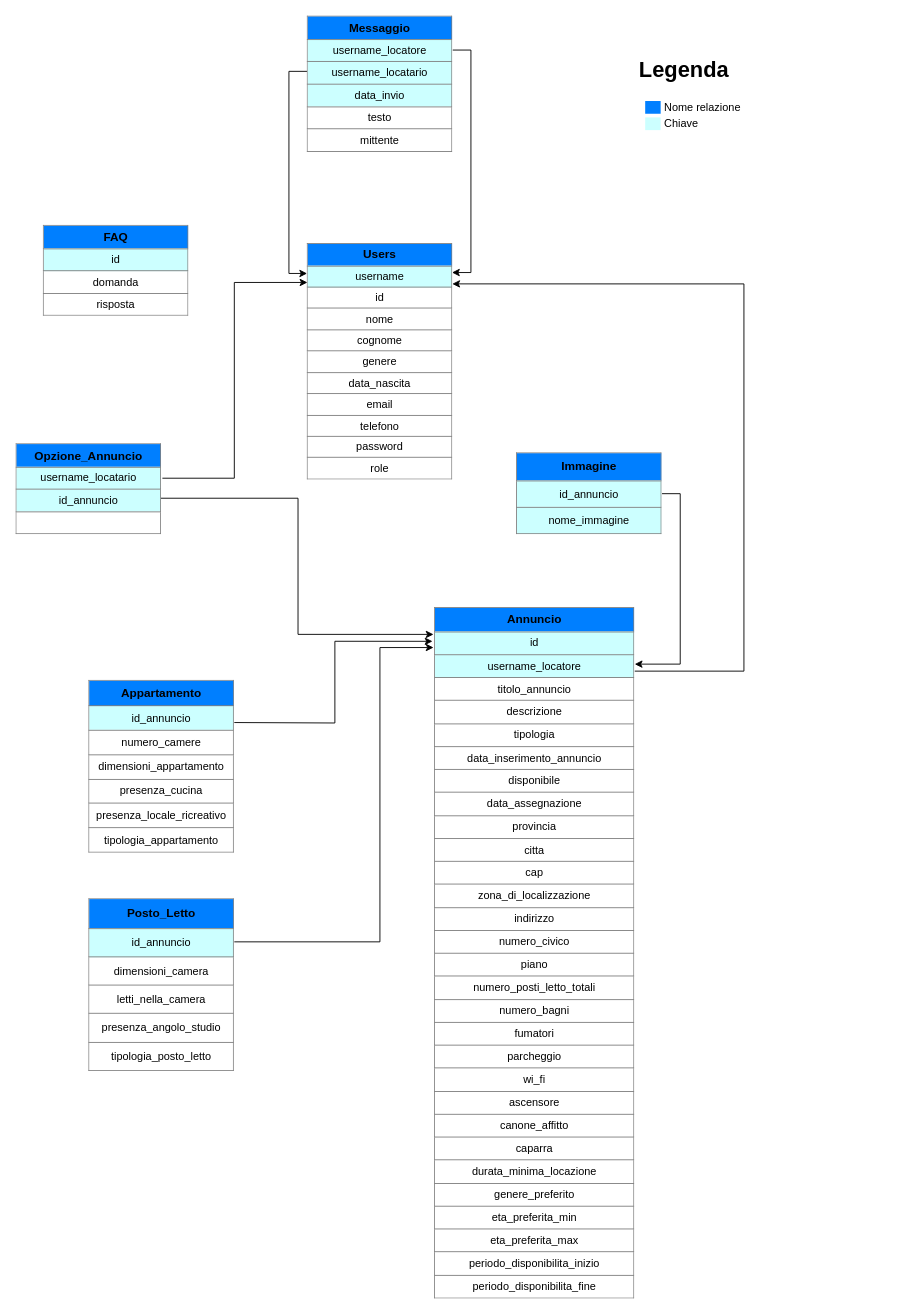
Before: Database/Schema_logico_DB.drawio in fd-col/RentAdvisor, a draw.io diagram. Source tidied: cells renumbered, new cells numbered last; positions are measured from the earlier drawing's top-left corner, leaving out a move shared by most shapes. Both pictures are drawn from the tidied source at 91%, with x=0, y=0 at pixel (15, 15).
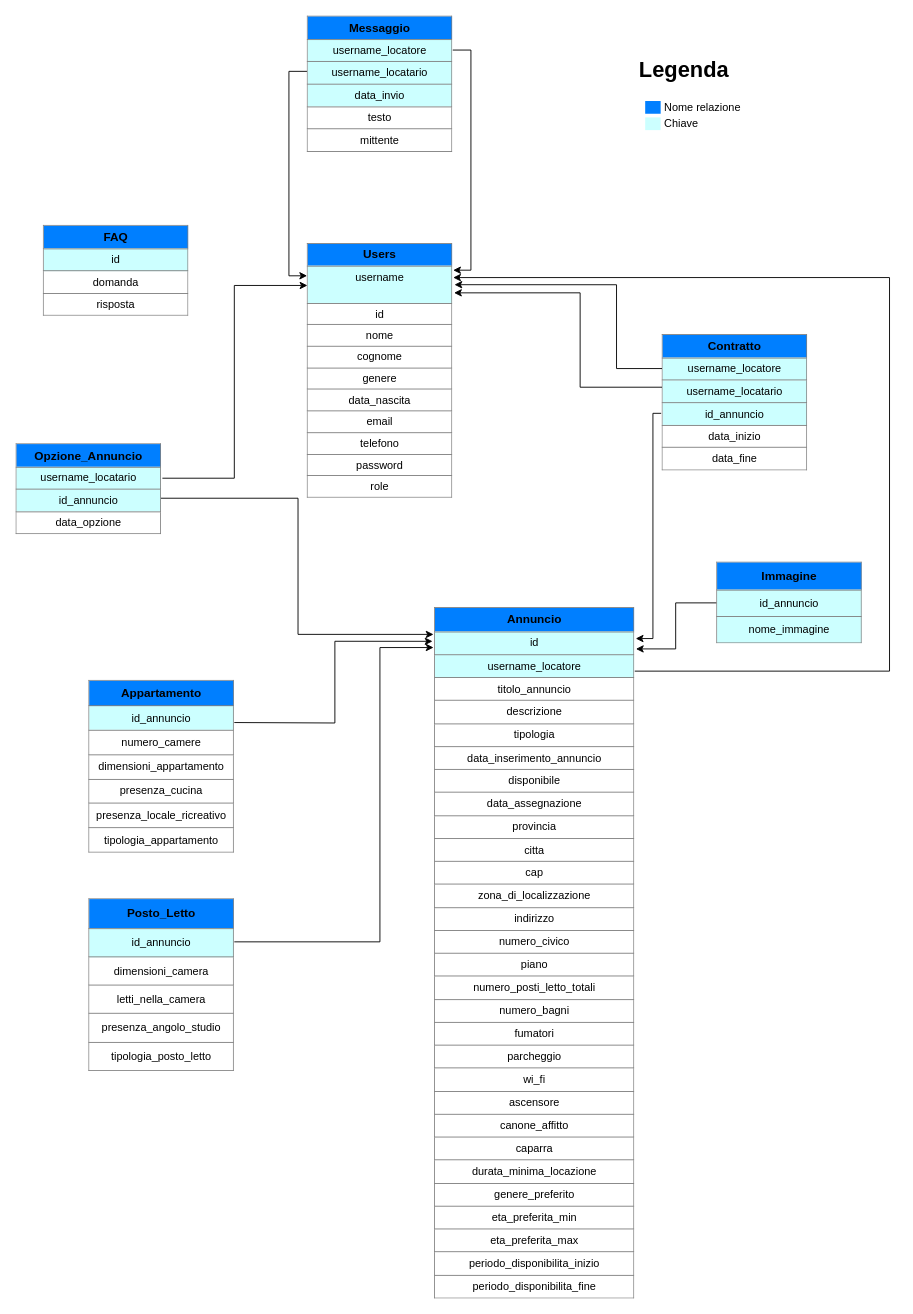
The same page after the edit.

Commit message (it also covers changes not shown here):
Creazione e collegamento tabella contratto

Unchanged cells that the change refers to:
```xml
<mxCell id="5" value="&lt;table border=&quot;1&quot; width=&quot;100%&quot; cellpadding=&quot;4&quot; style=&quot;width: 100% ; height: 100% ; border-collapse: collapse&quot;&gt;&lt;tbody&gt;&lt;tr&gt;&lt;th style=&quot;background-color: rgb(0 , 127 , 255)&quot;&gt;&lt;span style=&quot;font-size: 13px&quot;&gt;Messaggio&lt;/span&gt;&lt;/th&gt;&lt;/tr&gt;&lt;tr style=&quot;font-size: 13px&quot;&gt;&lt;td style=&quot;font-size: 12px ; background-color: rgb(204 , 255 , 255)&quot;&gt;username_locatore&lt;/td&gt;&lt;/tr&gt;&lt;tr&gt;&lt;td style=&quot;background-color: rgb(204 , 255 , 255)&quot;&gt;username_locatario&lt;/td&gt;&lt;/tr&gt;&lt;tr&gt;&lt;td style=&quot;background-color: rgb(204 , 255 , 255)&quot;&gt;data_invio&lt;/td&gt;&lt;/tr&gt;&lt;tr&gt;&lt;td&gt;testo&lt;/td&gt;&lt;/tr&gt;&lt;tr&gt;&lt;td&gt;mittente&lt;/td&gt;&lt;/tr&gt;&lt;/tbody&gt;&lt;/table&gt;" style="text;html=1;overflow=fill;align=center;" parent="1" vertex="1">
  <mxGeometry x="320" width="160" height="150" as="geometry" />
</mxCell>
<mxCell id="7" value="&lt;table border=&quot;1&quot; width=&quot;100%&quot; cellpadding=&quot;4&quot; style=&quot;width: 100% ; height: 100% ; border-collapse: collapse&quot;&gt;&lt;tbody&gt;&lt;tr&gt;&lt;th style=&quot;background-color: rgb(0 , 127 , 255)&quot;&gt;&lt;font style=&quot;font-size: 13px&quot;&gt;Annuncio&lt;/font&gt;&lt;/th&gt;&lt;/tr&gt;&lt;tr style=&quot;font-size: 13px&quot;&gt;&lt;td style=&quot;font-size: 12px ; background-color: rgb(204 , 255 , 255)&quot;&gt;id&lt;/td&gt;&lt;/tr&gt;&lt;tr&gt;&lt;td style=&quot;background-color: rgb(204 , 255 , 255)&quot;&gt;username_locatore&lt;/td&gt;&lt;/tr&gt;&lt;tr&gt;&lt;td&gt;titolo_annuncio&lt;/td&gt;&lt;/tr&gt;&lt;tr&gt;&lt;td&gt;descrizione&lt;br&gt;&lt;/td&gt;&lt;/tr&gt;&lt;tr&gt;&lt;td&gt;tipologia&lt;/td&gt;&lt;/tr&gt;&lt;tr&gt;&lt;td&gt;data_inserimento_annuncio&lt;/td&gt;&lt;/tr&gt;&lt;tr&gt;&lt;td&gt;disponibile&lt;/td&gt;&lt;/tr&gt;&lt;tr&gt;&lt;td&gt;data_assegnazione&lt;/td&gt;&lt;/tr&gt;&lt;tr&gt;&lt;td&gt;provincia&lt;/td&gt;&lt;/tr&gt;&lt;tr&gt;&lt;td&gt;citta&lt;/td&gt;&lt;/tr&gt;&lt;tr&gt;&lt;td&gt;cap&lt;/td&gt;&lt;/tr&gt;&lt;tr&gt;&lt;td&gt;zona_di_localizzazione&lt;br&gt;&lt;/td&gt;&lt;/tr&gt;&lt;tr&gt;&lt;td&gt;indirizzo&lt;/td&gt;&lt;/tr&gt;&lt;tr&gt;&lt;td&gt;numero_civico&lt;/td&gt;&lt;/tr&gt;&lt;tr&gt;&lt;td&gt;piano&lt;/td&gt;&lt;/tr&gt;&lt;tr&gt;&lt;td&gt;numero_posti_letto_totali&lt;/td&gt;&lt;/tr&gt;&lt;tr&gt;&lt;td&gt;numero_bagni&lt;/td&gt;&lt;/tr&gt;&lt;tr&gt;&lt;td&gt;fumatori&lt;/td&gt;&lt;/tr&gt;&lt;tr&gt;&lt;td&gt;parcheggio&lt;/td&gt;&lt;/tr&gt;&lt;tr&gt;&lt;td&gt;wi_fi&lt;/td&gt;&lt;/tr&gt;&lt;tr&gt;&lt;td&gt;ascensore&lt;/td&gt;&lt;/tr&gt;&lt;tr&gt;&lt;td&gt;canone_affitto&lt;/td&gt;&lt;/tr&gt;&lt;tr&gt;&lt;td&gt;caparra&lt;/td&gt;&lt;/tr&gt;&lt;tr&gt;&lt;td&gt;durata_minima_locazione&lt;/td&gt;&lt;/tr&gt;&lt;tr&gt;&lt;td&gt;genere_preferito&lt;/td&gt;&lt;/tr&gt;&lt;tr&gt;&lt;td&gt;eta_preferita_min&lt;/td&gt;&lt;/tr&gt;&lt;tr&gt;&lt;td&gt;eta_preferita_max&lt;/td&gt;&lt;/tr&gt;&lt;tr&gt;&lt;td&gt;periodo_disponibilita_inizio&lt;/td&gt;&lt;/tr&gt;&lt;tr&gt;&lt;td&gt;periodo_disponibilita_fine&lt;/td&gt;&lt;/tr&gt;&lt;/tbody&gt;&lt;/table&gt;" style="text;html=1;overflow=fill;align=center;" parent="1" vertex="1">
  <mxGeometry x="460" y="650" width="220" height="760" as="geometry" />
</mxCell>
```

Change to the diagram source:
```diff
@@
-    <mxCell id="2" value="&lt;table border=&quot;1&quot; width=&quot;100%&quot; cellpadding=&quot;4&quot; style=&quot;width: 100% ; height: 100% ; border-collapse: collapse&quot;&gt;&lt;tbody&gt;&lt;tr&gt;&lt;th style=&quot;background-color: rgb(0 , 127 , 255)&quot;&gt;&lt;span style=&quot;font-size: 13px;&quot;&gt;Users&lt;/span&gt;&lt;/th&gt;&lt;/tr&gt;&lt;tr style=&quot;font-size: 13px&quot;&gt;&lt;td style=&quot;font-size: 12px ; background-color: rgb(204 , 255 , 255)&quot;&gt;username&lt;/td&gt;&lt;/tr&gt;&lt;tr&gt;&lt;td&gt;id&lt;/td&gt;&lt;/tr&gt;&lt;tr&gt;&lt;td&gt;nome&lt;/td&gt;&lt;/tr&gt;&lt;tr&gt;&lt;td&gt;cognome&lt;br&gt;&lt;/td&gt;&lt;/tr&gt;&lt;tr&gt;&lt;td&gt;genere&lt;/td&gt;&lt;/tr&gt;&lt;tr&gt;&lt;td&gt;data_nascita&lt;/td&gt;&lt;/tr&gt;&lt;tr&gt;&lt;td&gt;email&lt;/td&gt;&lt;/tr&gt;&lt;tr&gt;&lt;td&gt;telefono&lt;/td&gt;&lt;/tr&gt;&lt;tr&gt;&lt;td&gt;password&lt;/td&gt;&lt;/tr&gt;&lt;tr&gt;&lt;td&gt;role&lt;/td&gt;&lt;/tr&gt;&lt;/tbody&gt;&lt;/table&gt;" style="text;html=1;overflow=fill;align=center;" parent="1" vertex="1">
-      <mxGeometry x="320" y="250" width="160" height="260" as="geometry" />
+    <mxCell id="2" value="&lt;table border=&quot;1&quot; width=&quot;100%&quot; cellpadding=&quot;4&quot; style=&quot;width: 100% ; height: 100% ; border-collapse: collapse&quot;&gt;&lt;tbody&gt;&lt;tr&gt;&lt;th style=&quot;background-color: rgb(0 , 127 , 255)&quot;&gt;&lt;span style=&quot;font-size: 13px;&quot;&gt;Users&lt;/span&gt;&lt;/th&gt;&lt;/tr&gt;&lt;tr style=&quot;font-size: 13px&quot;&gt;&lt;td style=&quot;background-color: rgb(204, 255, 255);&quot;&gt;&lt;span style=&quot;font-size: 12px;&quot;&gt;username&lt;/span&gt;&lt;br&gt;&lt;div style=&quot;&quot;&gt;&lt;span style=&quot;font-size: 12px;&quot;&gt;&lt;br&gt;&lt;/span&gt;&lt;/div&gt;&lt;/td&gt;&lt;/tr&gt;&lt;tr&gt;&lt;td&gt;id&lt;/td&gt;&lt;/tr&gt;&lt;tr&gt;&lt;td&gt;nome&lt;/td&gt;&lt;/tr&gt;&lt;tr&gt;&lt;td&gt;cognome&lt;br&gt;&lt;/td&gt;&lt;/tr&gt;&lt;tr&gt;&lt;td&gt;genere&lt;/td&gt;&lt;/tr&gt;&lt;tr&gt;&lt;td&gt;data_nascita&lt;/td&gt;&lt;/tr&gt;&lt;tr&gt;&lt;td&gt;email&lt;/td&gt;&lt;/tr&gt;&lt;tr&gt;&lt;td&gt;telefono&lt;/td&gt;&lt;/tr&gt;&lt;tr&gt;&lt;td&gt;password&lt;/td&gt;&lt;/tr&gt;&lt;tr&gt;&lt;td&gt;role&lt;/td&gt;&lt;/tr&gt;&lt;/tbody&gt;&lt;/table&gt;" style="text;html=1;overflow=fill;align=center;" parent="1" vertex="1">
+      <mxGeometry x="320" y="250" width="160" height="280" as="geometry" />
     </mxCell>
-    <mxCell id="3" style="edgeStyle=orthogonalEdgeStyle;rounded=0;jettySize=auto;html=1;exitX=1;exitY=0.25;exitDx=0;exitDy=0;entryX=0.995;entryY=0.123;entryDx=0;entryDy=0;entryPerimeter=0;" parent="1" edge="1" source="5" target="2">
+    <mxCell id="3" style="edgeStyle=orthogonalEdgeStyle;rounded=0;jettySize=auto;html=1;exitX=1;exitY=0.25;exitDx=0;exitDy=0;entryX=1.003;entryY=0.105;entryDx=0;entryDy=0;entryPerimeter=0;" parent="1" edge="1" source="5" target="2">
       <mxGeometry relative="1" as="geometry" />
     </mxCell>
@@
-    <mxCell id="6" style="edgeStyle=orthogonalEdgeStyle;rounded=0;jettySize=auto;html=1;entryX=0.997;entryY=0.171;entryDx=0;entryDy=0;entryPerimeter=0;" parent="1" edge="1" target="2">
+    <mxCell id="6" style="edgeStyle=orthogonalEdgeStyle;rounded=0;jettySize=auto;html=1;entryX=1.003;entryY=0.134;entryDx=0;entryDy=0;entryPerimeter=0;" parent="1" edge="1" target="2">
       <mxGeometry relative="1" as="geometry">
         <mxPoint x="680" y="720" as="sourcePoint" />
         <Array as="points">
-          <mxPoint x="680" y="720" />
-          <mxPoint x="800" y="720" />
-          <mxPoint x="800" y="295" />
+          <mxPoint x="960" y="720" />
+          <mxPoint x="960" y="288" />
+          <mxPoint x="481" y="288" />
         </Array>
       </mxGeometry>
     </mxCell>
@@
-    <mxCell id="11" value="&lt;table border=&quot;1&quot; width=&quot;100%&quot; cellpadding=&quot;4&quot; style=&quot;width: 100% ; height: 100% ; border-collapse: collapse&quot;&gt;&lt;tbody&gt;&lt;tr&gt;&lt;th style=&quot;background-color: rgb(0 , 127 , 255)&quot;&gt;&lt;span style=&quot;font-size: 13px&quot;&gt;Opzione_Annuncio&lt;/span&gt;&lt;/th&gt;&lt;/tr&gt;&lt;tr style=&quot;font-size: 13px&quot;&gt;&lt;td style=&quot;font-size: 12px ; background-color: rgb(204 , 255 , 255)&quot;&gt;username_locatario&lt;/td&gt;&lt;/tr&gt;&lt;tr&gt;&lt;td style=&quot;background-color: rgb(204 , 255 , 255)&quot;&gt;id_annuncio&lt;br&gt;&lt;/td&gt;&lt;/tr&gt;&lt;tr&gt;&lt;td&gt;&lt;br&gt;&lt;/td&gt;&lt;/tr&gt;&lt;/tbody&gt;&lt;/table&gt;" style="text;html=1;overflow=fill;align=center;" parent="1" vertex="1">
+    <mxCell id="11" value="&lt;table border=&quot;1&quot; width=&quot;100%&quot; cellpadding=&quot;4&quot; style=&quot;width: 100% ; height: 100% ; border-collapse: collapse&quot;&gt;&lt;tbody&gt;&lt;tr&gt;&lt;th style=&quot;background-color: rgb(0 , 127 , 255)&quot;&gt;&lt;span style=&quot;font-size: 13px&quot;&gt;Opzione_Annuncio&lt;/span&gt;&lt;/th&gt;&lt;/tr&gt;&lt;tr style=&quot;font-size: 13px&quot;&gt;&lt;td style=&quot;font-size: 12px ; background-color: rgb(204 , 255 , 255)&quot;&gt;username_locatario&lt;/td&gt;&lt;/tr&gt;&lt;tr&gt;&lt;td style=&quot;background-color: rgb(204 , 255 , 255)&quot;&gt;id_annuncio&lt;br&gt;&lt;/td&gt;&lt;/tr&gt;&lt;tr&gt;&lt;td&gt;data_opzione&lt;/td&gt;&lt;/tr&gt;&lt;/tbody&gt;&lt;/table&gt;" style="text;html=1;overflow=fill;align=center;" parent="1" vertex="1">
       <mxGeometry y="470" width="160" height="100" as="geometry" />
     </mxCell>
@@
-    <mxCell id="17" style="edgeStyle=orthogonalEdgeStyle;rounded=0;jettySize=auto;html=1;exitX=1;exitY=0.5;exitDx=0;exitDy=0;entryX=1;entryY=0.082;entryDx=0;entryDy=0;entryPerimeter=0;" parent="1" edge="1" source="18" target="7">
+    <mxCell id="17" style="edgeStyle=orthogonalEdgeStyle;rounded=0;jettySize=auto;html=1;exitX=0;exitY=0.5;exitDx=0;exitDy=0;entryX=1.006;entryY=0.06;entryDx=0;entryDy=0;entryPerimeter=0;" parent="1" edge="1" source="18" target="7">
       <mxGeometry relative="1" as="geometry" />
     </mxCell>
     <mxCell id="18" value="&lt;table border=&quot;1&quot; width=&quot;100%&quot; cellpadding=&quot;4&quot; style=&quot;width: 100% ; height: 100% ; border-collapse: collapse&quot;&gt;&lt;tbody&gt;&lt;tr&gt;&lt;th style=&quot;background-color: rgb(0 , 127 , 255)&quot;&gt;&lt;span style=&quot;font-size: 13px&quot;&gt;Immagine&lt;/span&gt;&lt;/th&gt;&lt;/tr&gt;&lt;tr&gt;&lt;td style=&quot;background-color: rgb(204 , 255 , 255)&quot;&gt;id_annuncio&lt;br&gt;&lt;/td&gt;&lt;/tr&gt;&lt;tr&gt;&lt;td style=&quot;background-color: rgb(204, 255, 255);&quot;&gt;nome_immagine&lt;/td&gt;&lt;/tr&gt;&lt;/tbody&gt;&lt;/table&gt;" style="text;html=1;overflow=fill;align=center;" parent="1" vertex="1">
-      <mxGeometry x="550" y="480" width="160" height="90" as="geometry" />
+      <mxGeometry x="770" y="600" width="160" height="90" as="geometry" />
     </mxCell>
+    <mxCell id="19" value="&lt;table border=&quot;1&quot; width=&quot;100%&quot; cellpadding=&quot;4&quot; style=&quot;width: 100% ; height: 100% ; border-collapse: collapse&quot;&gt;&lt;tbody&gt;&lt;tr&gt;&lt;th style=&quot;background-color: rgb(0 , 127 , 255)&quot;&gt;&lt;span style=&quot;font-size: 13px&quot;&gt;Contratto&lt;/span&gt;&lt;/th&gt;&lt;/tr&gt;&lt;tr style=&quot;font-size: 13px&quot;&gt;&lt;td style=&quot;font-size: 12px ; background-color: rgb(204 , 255 , 255)&quot;&gt;username_locatore&lt;/td&gt;&lt;/tr&gt;&lt;tr&gt;&lt;td style=&quot;background-color: rgb(204, 255, 255);&quot;&gt;username_locatario&lt;/td&gt;&lt;/tr&gt;&lt;tr&gt;&lt;td style=&quot;background-color: rgb(204, 255, 255);&quot;&gt;id_annuncio&lt;/td&gt;&lt;/tr&gt;&lt;tr&gt;&lt;td&gt;data_inizio&lt;/td&gt;&lt;/tr&gt;&lt;tr&gt;&lt;td&gt;data_fine&lt;/td&gt;&lt;/tr&gt;&lt;/tbody&gt;&lt;/table&gt;" style="text;html=1;overflow=fill;align=center;" parent="1" vertex="1">
+      <mxGeometry x="710" y="350" width="160" height="150" as="geometry" />
+    </mxCell>
+    <mxCell id="20" style="edgeStyle=orthogonalEdgeStyle;rounded=0;jettySize=auto;html=1;entryX=1.012;entryY=0.162;entryDx=0;entryDy=0;entryPerimeter=0;exitX=0;exitY=0.25;exitDx=0;exitDy=0;" parent="1" edge="1" source="19" target="2">
+      <mxGeometry relative="1" as="geometry">
+        <Array as="points">
+          <mxPoint x="660" y="388" />
+          <mxPoint x="660" y="295" />
+        </Array>
+      </mxGeometry>
+    </mxCell>
+    <mxCell id="21" style="edgeStyle=orthogonalEdgeStyle;rounded=0;jettySize=auto;html=1;entryX=1.009;entryY=0.194;entryDx=0;entryDy=0;entryPerimeter=0;" parent="1" edge="1" target="2">
+      <mxGeometry relative="1" as="geometry">
+        <mxPoint x="710" y="408" as="sourcePoint" />
+        <Array as="points">
+          <mxPoint x="710" y="408" />
+          <mxPoint x="620" y="408" />
+          <mxPoint x="620" y="304" />
+        </Array>
+      </mxGeometry>
+    </mxCell>
+    <mxCell id="22" style="edgeStyle=orthogonalEdgeStyle;rounded=0;jettySize=auto;html=1;exitX=-0.006;exitY=0.578;exitDx=0;exitDy=0;exitPerimeter=0;entryX=1.005;entryY=0.045;entryDx=0;entryDy=0;entryPerimeter=0;" parent="1" edge="1" source="19" target="7">
+      <mxGeometry relative="1" as="geometry">
+        <Array as="points">
+          <mxPoint x="700" y="437" />
+          <mxPoint x="700" y="684" />
+        </Array>
+      </mxGeometry>
+    </mxCell>
```
